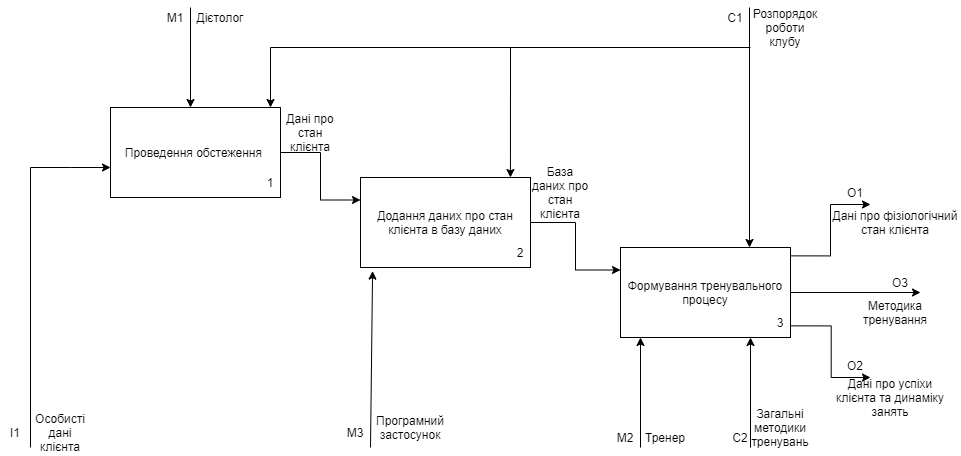
Earlier version of the draw.io export Untitled Diagram.drawio.png (IlliaVodolieievTI-01/kpidraw). Source tidied: cells renumbered, new cells last; positions are measured from the earlier drawing's top-left corner, leaving out a move shared by most shapes.
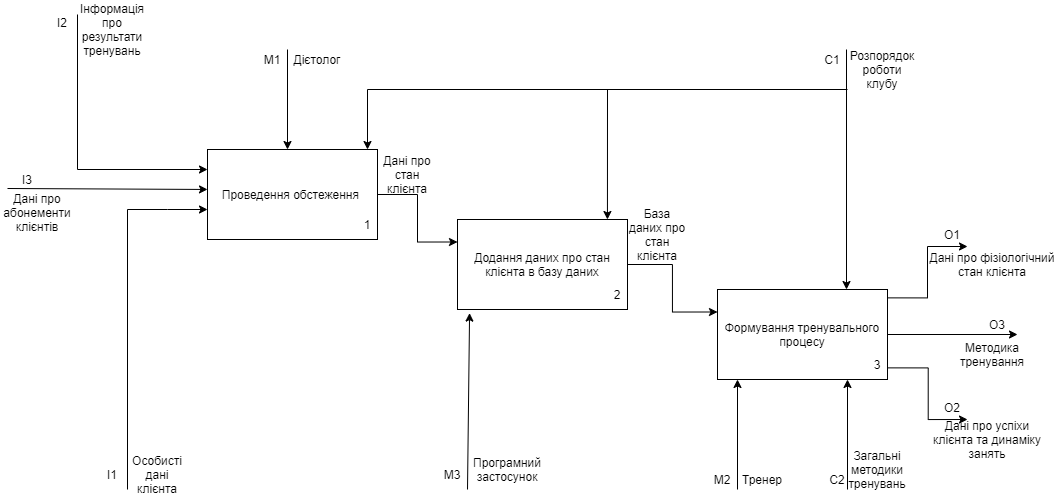
Later version of the same file.

What changed in the source:
```diff
@@ -170,5 +170,34 @@
     <mxCell id="42" value="Методика тренування" style="text;html=1;strokeColor=none;fillColor=none;align=center;verticalAlign=middle;whiteSpace=wrap;rounded=0;" parent="1" vertex="1">
       <mxGeometry x="865" y="295" width="60" height="30" as="geometry" />
     </mxCell>
+    <mxCell id="43" value="I2" style="text;html=1;strokeColor=none;fillColor=none;align=center;verticalAlign=middle;whiteSpace=wrap;rounded=0;" parent="1" vertex="1">
+      <mxGeometry x="-50" y="-30" width="30" height="15" as="geometry" />
+    </mxCell>
+    <mxCell id="44" style="endArrow=none;html=1;rounded=0;" parent="1" edge="1">
+      <mxGeometry relative="1" as="geometry">
+        <mxPoint x="-20" y="125" as="sourcePoint" />
+        <mxPoint x="-20" y="-30" as="targetPoint" />
+      </mxGeometry>
+    </mxCell>
+    <mxCell id="45" style="endArrow=classic;html=1;rounded=0;" parent="1" edge="1">
+      <mxGeometry relative="1" as="geometry">
+        <mxPoint x="-20" y="125" as="sourcePoint" />
+        <mxPoint x="110" y="125" as="targetPoint" />
+      </mxGeometry>
+    </mxCell>
+    <mxCell id="46" value="Інформація про результати тренувань" style="text;html=1;strokeColor=none;fillColor=none;align=center;verticalAlign=middle;whiteSpace=wrap;rounded=0;" parent="1" vertex="1">
+      <mxGeometry x="-20" y="-30" width="70" height="30" as="geometry" />
+    </mxCell>
+    <mxCell id="47" style="endArrow=classic;html=1;rounded=0;entryX=0;entryY=0.444;entryDx=0;entryDy=0;entryPerimeter=0;" parent="1" edge="1" target="3">
+      <mxGeometry relative="1" as="geometry">
+        <mxPoint x="-90" y="144" as="sourcePoint" />
+      </mxGeometry>
+    </mxCell>
+    <mxCell id="48" value="I3" style="text;html=1;strokeColor=none;fillColor=none;align=center;verticalAlign=middle;whiteSpace=wrap;rounded=0;" parent="1" vertex="1">
+      <mxGeometry x="-90" y="125" width="40" height="20" as="geometry" />
+    </mxCell>
+    <mxCell id="49" value="Дані про абонементи клієнтів" style="text;html=1;strokeColor=none;fillColor=none;align=center;verticalAlign=middle;whiteSpace=wrap;rounded=0;" parent="1" vertex="1">
+      <mxGeometry x="-90" y="150" width="60" height="35" as="geometry" />
+    </mxCell>
   </root>
 </mxGraphModel>
```
